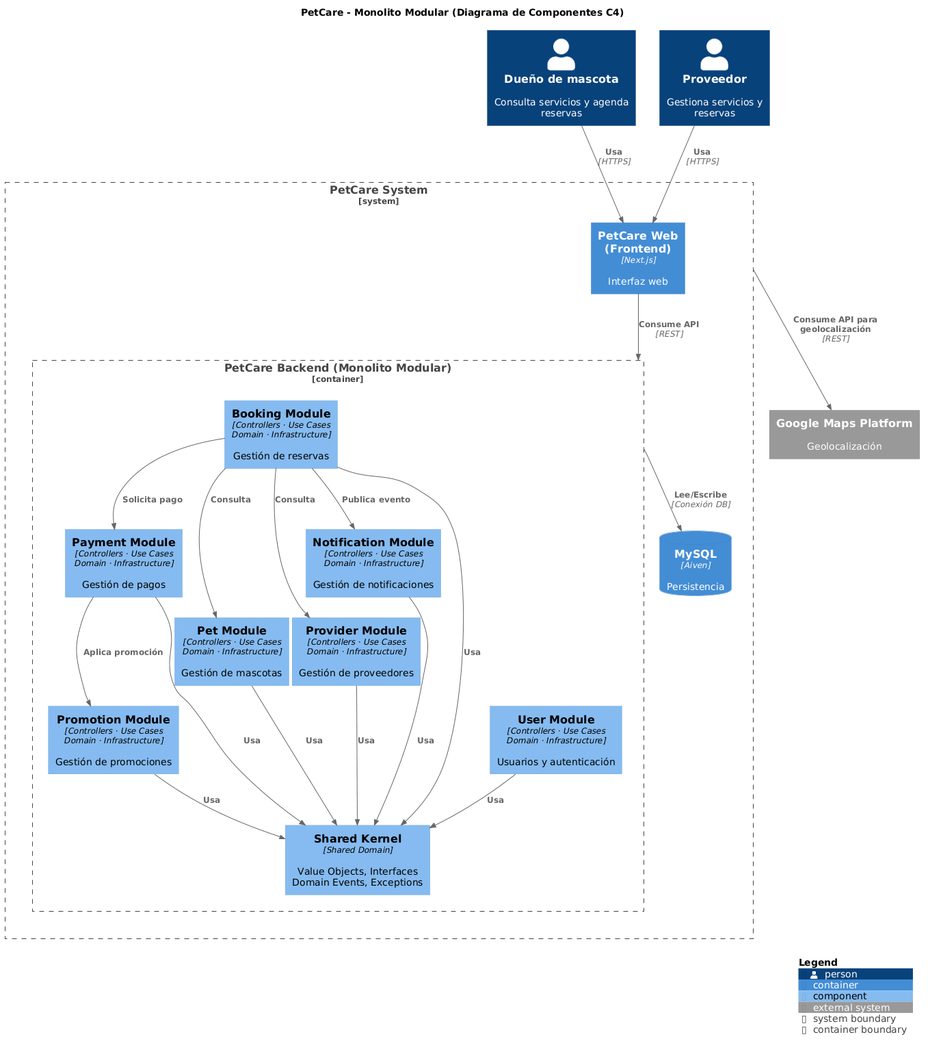
This is Diagrams/03-components.png from guissLib/petcare-backend, a PlantUML export, as it was before one commit.
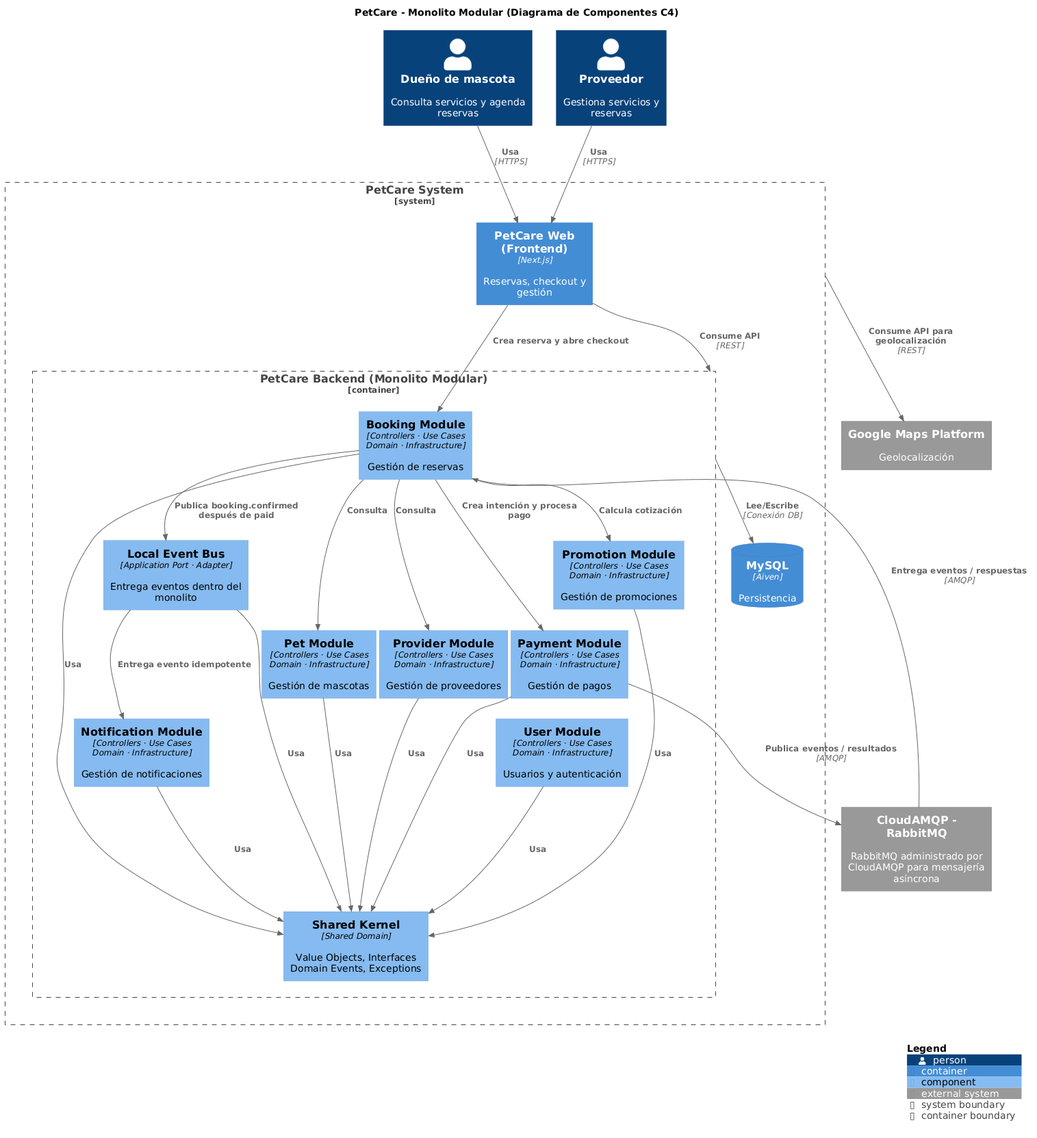
The same diagram one commit later.

Change to the diagram source:
```diff
@@ -8,17 +8,27 @@
 
 System_Boundary(petcare, "PetCare System") {
 
-    Container(web, "PetCare Web (Frontend)", "Next.js", "Interfaz web")
+    Container(web, "PetCare Web (Frontend)", "Next.js", "Reservas, checkout y gestión")
 
     Container_Boundary(backend, "PetCare Backend (Monolito Modular)") {
+
         Component(booking, "Booking Module", "Controllers · Use Cases\nDomain · Infrastructure", "Gestión de reservas")
+
         Component(payment, "Payment Module", "Controllers · Use Cases\nDomain · Infrastructure", "Gestión de pagos")
+
         Component(user, "User Module", "Controllers · Use Cases\nDomain · Infrastructure", "Usuarios y autenticación")
+
         Component(pet, "Pet Module", "Controllers · Use Cases\nDomain · Infrastructure", "Gestión de mascotas")
+
         Component(provider, "Provider Module", "Controllers · Use Cases\nDomain · Infrastructure", "Gestión de proveedores")
+
         Component(notification, "Notification Module", "Controllers · Use Cases\nDomain · Infrastructure", "Gestión de notificaciones")
+
         Component(promotion, "Promotion Module", "Controllers · Use Cases\nDomain · Infrastructure", "Gestión de promociones")
+
         Component(shared, "Shared Kernel", "Shared Domain", "Value Objects, Interfaces\nDomain Events, Exceptions")
+
+        Component(eventBus, "Local Event Bus", "Application Port · Adapter", "Entrega eventos dentro del monolito")
     }
 
     ContainerDb(database, "MySQL", "Aiven", "Persistencia")
@@ -26,16 +36,39 @@
 
 System_Ext(maps, "Google Maps Platform", "Geolocalización")
 
+System_Ext(rabbitmq, "CloudAMQP - RabbitMQ", "RabbitMQ administrado por CloudAMQP para mensajería asíncrona")
+
+
+
 Rel(owner, web, "Usa", "HTTPS")
 Rel(providerUser, web, "Usa", "HTTPS")
 
+
+
 Rel(web, backend, "Consume API", "REST")
 
-Rel(booking, payment, "Solicita pago")
+
+
+Rel(web, booking, "Crea reserva y abre checkout")
+
+Rel(booking, payment, "Crea intención y procesa pago")
+
 Rel(booking, pet, "Consulta")
 Rel(booking, provider, "Consulta")
-Rel(booking, notification, "Publica evento")
-Rel(payment, promotion, "Aplica promoción")
+Rel(booking, promotion, "Calcula cotización")
+
+
+
+Rel(rabbitmq, booking, "Entrega eventos / respuestas", "AMQP")
+
+Rel(payment, rabbitmq, "Publica eventos / resultados", "AMQP")
+
+
+
+Rel(booking, eventBus, "Publica booking.confirmed después de paid")
+Rel(eventBus, notification, "Entrega evento idempotente")
+
+
 
 Rel(booking, shared, "Usa")
 Rel(payment, shared, "Usa")
@@ -44,10 +77,16 @@
 Rel(provider, shared, "Usa")
 Rel(notification, shared, "Usa")
 Rel(promotion, shared, "Usa")
+Rel(eventBus, shared, "Usa")
+
+
 
 Rel(backend, database, "Lee/Escribe", "Conexión DB")
 
+
+
 Rel(petcare, maps, "Consume API para geolocalización", "REST")
+
 
 SHOW_LEGEND()
 @enduml
```
